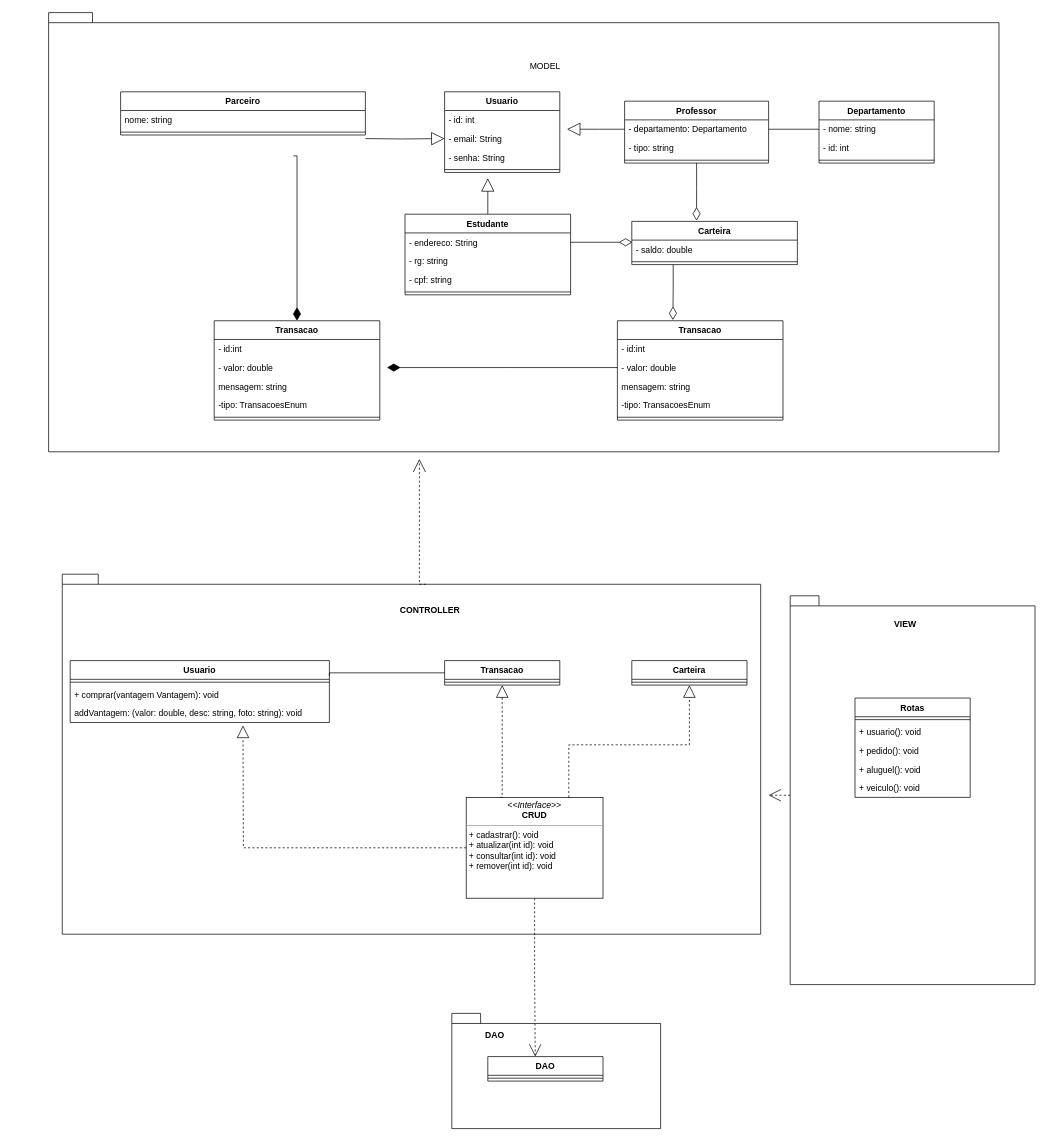
joeyclapton/student-points keeps this draw.io diagram as projeto/Untitled Diagram.drawio. Above is the earlier version. Source tidied: cells renumbered, new cells numbered last; positions are measured from the earlier drawing's top-left corner, leaving out a move shared by most shapes. Both pictures are drawn from the tidied source at 72%, with x=0, y=0 at pixel (48, 12).
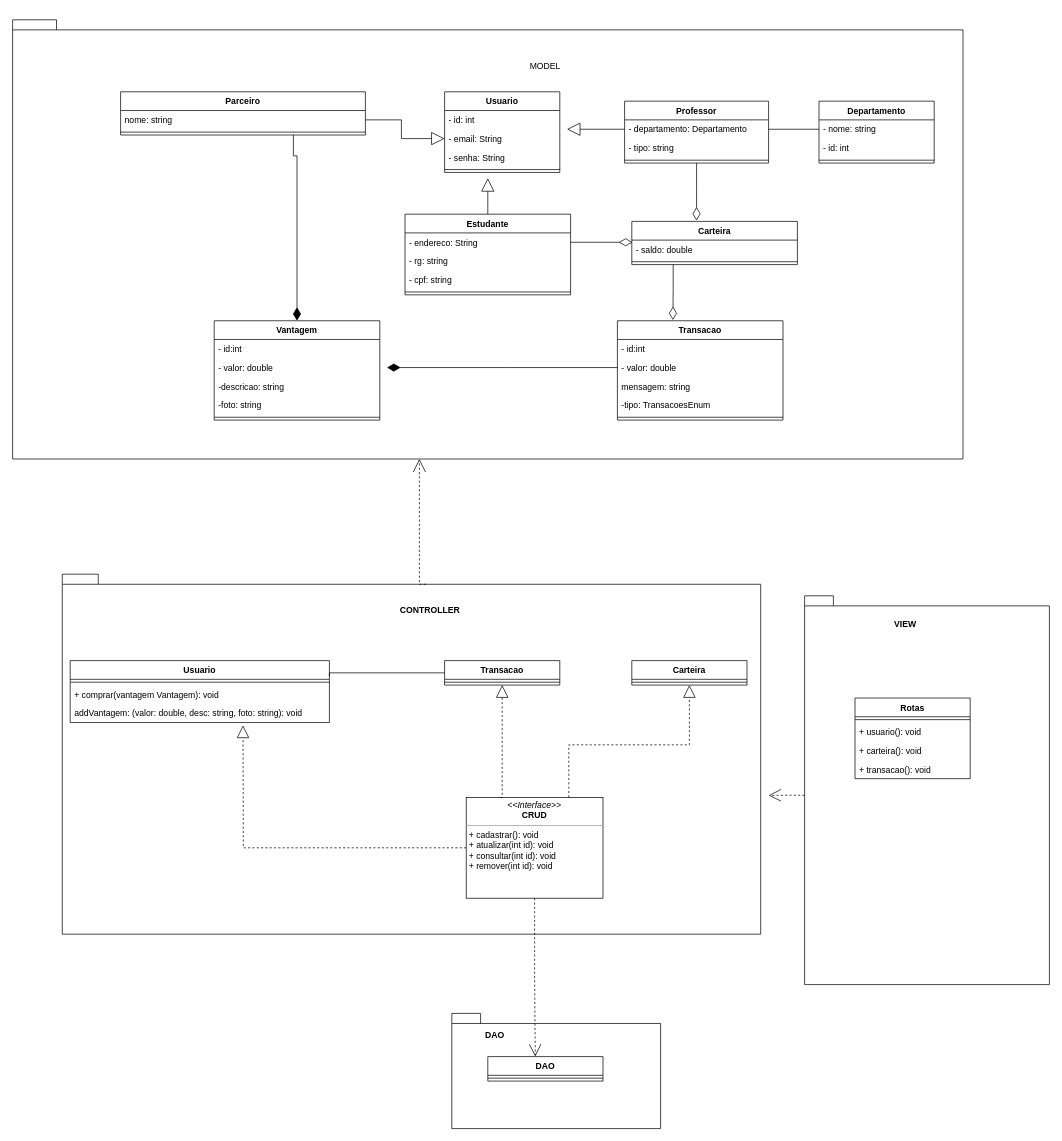
After the change.

The change refers to these unchanged cells:
```xml
<mxCell id="4" value="- email: String" style="text;strokeColor=none;fillColor=none;align=left;verticalAlign=top;spacingLeft=4;spacingRight=4;overflow=hidden;points=[[0,0.5],[1,0.5]];portConstraint=eastwest;" parent="2" vertex="1">
  <mxGeometry y="52" width="160" height="26" as="geometry" />
</mxCell>
<mxCell id="72" value="nome: string" style="text;strokeColor=none;fillColor=none;align=left;verticalAlign=top;spacingLeft=4;spacingRight=4;overflow=hidden;points=[[0,0.5],[1,0.5]];portConstraint=eastwest;" parent="71" vertex="1">
  <mxGeometry y="26" width="340" height="26" as="geometry" />
</mxCell>
```

Change to the diagram source:
```diff
@@
     <mxCell id="32" value="Rotas" style="swimlane;fontStyle=1;align=center;verticalAlign=top;horizontal=1;startSize=26;fillColor=none;" parent="1" vertex="1">
-      <mxGeometry x="1120" y="952" width="160" height="138" as="geometry" />
+      <mxGeometry x="1120" y="952" width="160" height="112" as="geometry" />
     </mxCell>
@@
-    <mxCell id="35" value="+ pedido(): void&#10;" style="text;strokeColor=none;fillColor=none;align=left;verticalAlign=top;spacingLeft=4;spacingRight=4;overflow=hidden;" parent="32" vertex="1">
+    <mxCell id="35" value="+ carteira(): void&#10;" style="text;strokeColor=none;fillColor=none;align=left;verticalAlign=top;spacingLeft=4;spacingRight=4;overflow=hidden;" parent="32" vertex="1">
       <mxGeometry y="60" width="160" height="26" as="geometry" />
     </mxCell>
-    <mxCell id="36" value="+ aluguel(): void&#10;" style="text;strokeColor=none;fillColor=none;align=left;verticalAlign=top;spacingLeft=4;spacingRight=4;overflow=hidden;" parent="32" vertex="1">
+    <mxCell id="36" value="+ transacao(): void&#10;" style="text;strokeColor=none;fillColor=none;align=left;verticalAlign=top;spacingLeft=4;spacingRight=4;overflow=hidden;" parent="32" vertex="1">
       <mxGeometry y="86" width="160" height="26" as="geometry" />
     </mxCell>
-    <mxCell id="37" value="+ veiculo(): void&#10;" style="text;strokeColor=none;fillColor=none;align=left;verticalAlign=top;spacingLeft=4;spacingRight=4;overflow=hidden;" parent="32" vertex="1">
-      <mxGeometry y="112" width="160" height="26" as="geometry" />
-    </mxCell>
@@
     <mxCell id="39" style="shape=folder;fontStyle=1;spacingTop=10;tabWidth=40;tabHeight=14;tabPosition=left;html=1;fillColor=none;" parent="1" vertex="1">
-      <mxGeometry x="1030" y="810" width="340" height="540" as="geometry" />
+      <mxGeometry x="1050" y="810" width="340" height="540" as="geometry" />
     </mxCell>
@@
-    <mxCell id="63" style="edgeStyle=orthogonalEdgeStyle;rounded=0;jettySize=auto;html=1;exitX=0.5;exitY=0;exitDx=0;exitDy=0;endArrow=none;endFill=0;endSize=16;startArrow=diamondThin;startFill=1;targetPerimeterSpacing=18;sourcePerimeterSpacing=6;startSize=16;entryX=0.706;entryY=1.115;entryDx=0;entryDy=0;entryPerimeter=0;" parent="1" edge="1" source="64">
+    <mxCell id="63" style="edgeStyle=orthogonalEdgeStyle;rounded=0;jettySize=auto;html=1;exitX=0.5;exitY=0;exitDx=0;exitDy=0;endArrow=none;endFill=0;endSize=16;startArrow=diamondThin;startFill=1;targetPerimeterSpacing=18;sourcePerimeterSpacing=6;startSize=16;" parent="1" edge="1" source="64">
       <mxGeometry relative="1" as="geometry">
-        <mxPoint x="340" y="199" as="targetPoint" />
+        <mxPoint x="340" y="170" as="targetPoint" />
         <Array as="points">
           <mxPoint x="345" y="199" />
         </Array>
       </mxGeometry>
     </mxCell>
-    <mxCell id="64" value="Transacao" style="swimlane;fontStyle=1;align=center;verticalAlign=top;horizontal=1;startSize=26;" parent="1" vertex="1">
+    <mxCell id="64" value="Vantagem" style="swimlane;fontStyle=1;align=center;verticalAlign=top;horizontal=1;startSize=26;" parent="1" vertex="1">
       <mxGeometry x="230" y="428" width="230" height="138" as="geometry" />
     </mxCell>
@@
-    <mxCell id="67" value="mensagem: string" style="text;strokeColor=none;fillColor=none;align=left;verticalAlign=top;spacingLeft=4;spacingRight=4;overflow=hidden;" parent="64" vertex="1">
+    <mxCell id="67" value="-descricao: string" style="text;strokeColor=none;fillColor=none;align=left;verticalAlign=top;spacingLeft=4;spacingRight=4;overflow=hidden;" parent="64" vertex="1">
       <mxGeometry y="78" width="230" height="26" as="geometry" />
     </mxCell>
-    <mxCell id="68" value="-tipo: TransacoesEnum" style="text;strokeColor=none;fillColor=none;align=left;verticalAlign=top;spacingLeft=4;spacingRight=4;overflow=hidden;" parent="64" vertex="1">
+    <mxCell id="68" value="-foto: string" style="text;strokeColor=none;fillColor=none;align=left;verticalAlign=top;spacingLeft=4;spacingRight=4;overflow=hidden;" parent="64" vertex="1">
       <mxGeometry y="104" width="230" height="26" as="geometry" />
     </mxCell>
@@
-    <mxCell id="74" style="edgeStyle=orthogonalEdgeStyle;rounded=0;jettySize=auto;html=1;exitX=1;exitY=0.5;exitDx=0;exitDy=0;entryX=0;entryY=0.5;entryDx=0;entryDy=0;endArrow=block;endFill=0;endSize=16;" parent="1" edge="1" target="4">
-      <mxGeometry relative="1" as="geometry">
-        <mxPoint x="440" y="175" as="sourcePoint" />
-      </mxGeometry>
+    <mxCell id="74" style="edgeStyle=orthogonalEdgeStyle;rounded=0;jettySize=auto;html=1;exitX=1;exitY=0.5;exitDx=0;exitDy=0;entryX=0;entryY=0.5;entryDx=0;entryDy=0;endArrow=block;endFill=0;endSize=16;" parent="1" edge="1" source="72" target="4">
+      <mxGeometry relative="1" as="geometry" />
     </mxCell>
     <mxCell id="75" style="shape=folder;fontStyle=1;spacingTop=10;tabWidth=40;tabHeight=14;tabPosition=left;html=1;fillColor=none;" parent="1" vertex="1">
-      <mxGeometry width="1320" height="610" as="geometry" />
+      <mxGeometry x="-50" y="10" width="1320" height="610" as="geometry" />
     </mxCell>
```
